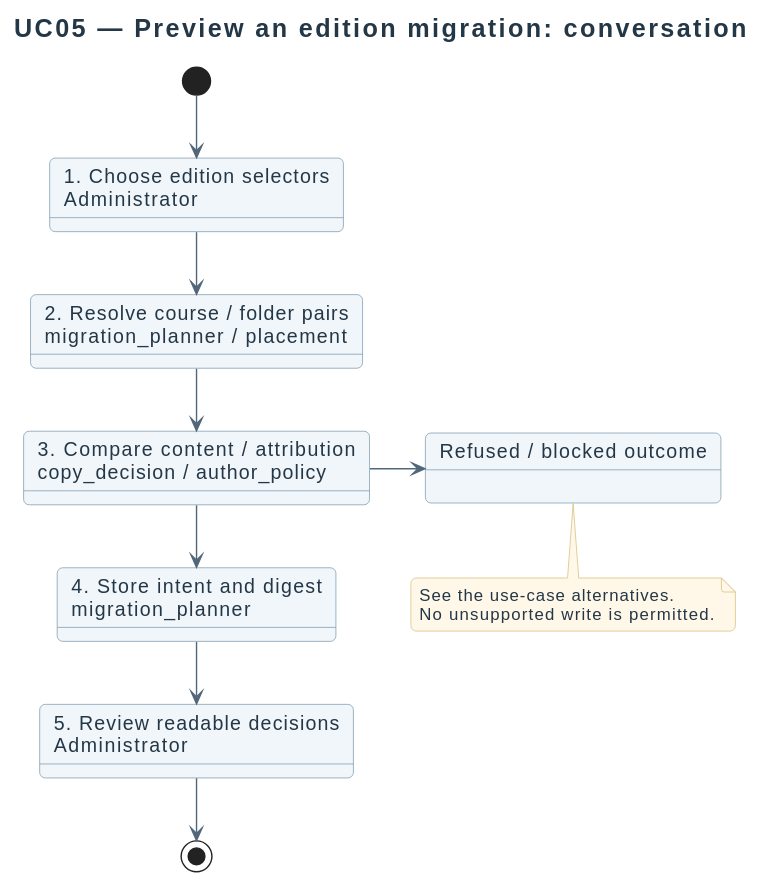
Before: docs/diagrams/requirements/use-case-details/uc05-preview-migration.svg, a diagram exported from PlantUML (didactika/moodle-local_coursefiles).
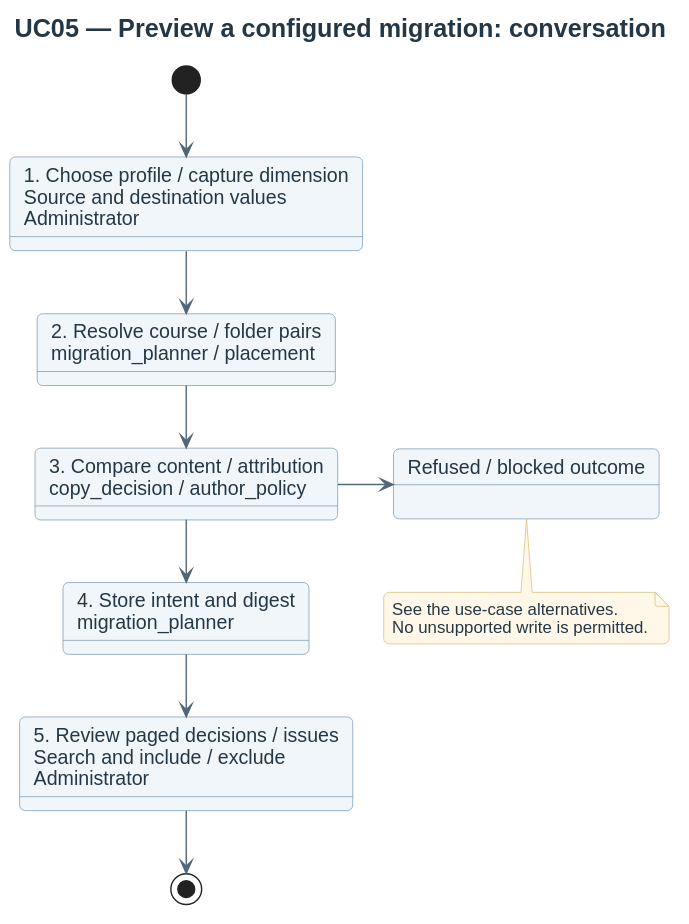
Above is the later version.

The edit, as a diff of the source:
```diff
@@ -1,12 +1,12 @@
 @startuml
 !include ../../_style.puml
-title UC05 — Preview an edition migration: conversation
+title UC05 — Preview a configured migration: conversation
 top to bottom direction
-state "1. Choose edition selectors\nAdministrator" as S1
+state "1. Choose profile / capture dimension\nSource and destination values\nAdministrator" as S1
 state "2. Resolve course / folder pairs\nmigration_planner / placement" as S2
 state "3. Compare content / attribution\ncopy_decision / author_policy" as S3
 state "4. Store intent and digest\nmigration_planner" as S4
-state "5. Review readable decisions\nAdministrator" as S5
+state "5. Review paged decisions / issues\nSearch and include / exclude\nAdministrator" as S5
 state "Refused / blocked outcome" as Refused
 [*] --> S1
 S1 --> S2
```
